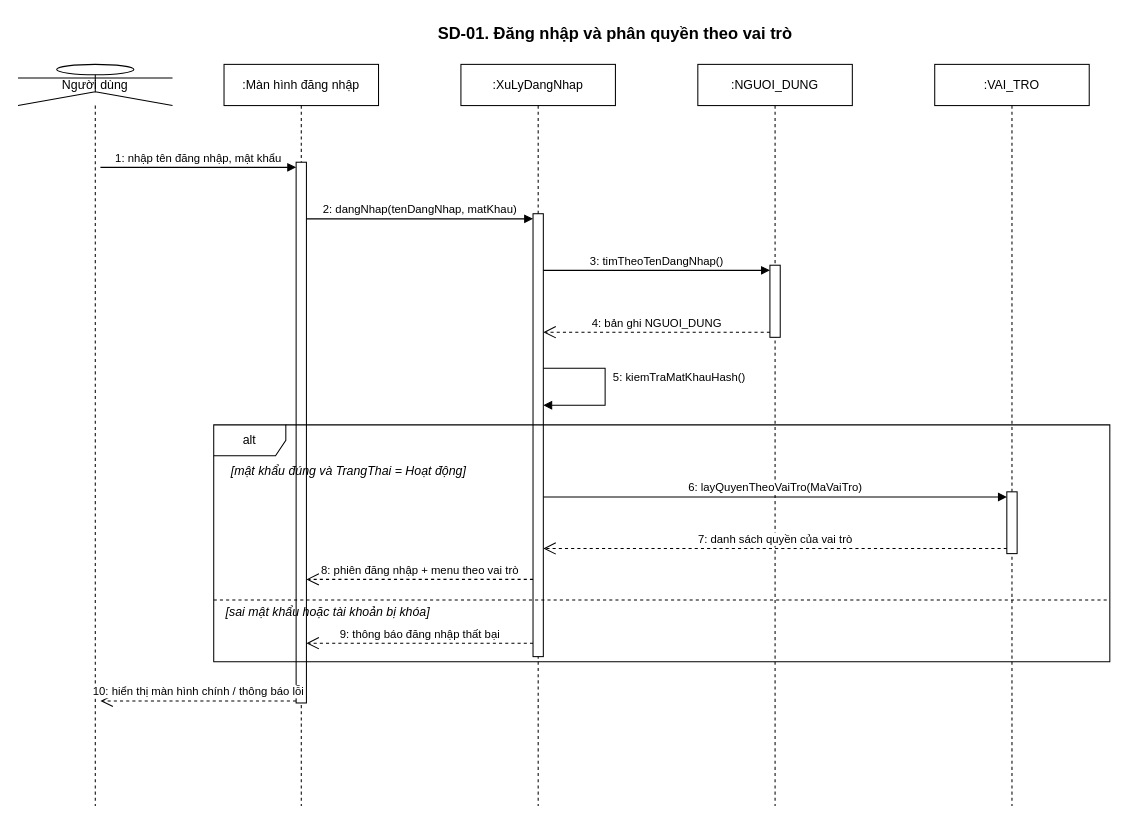
nminhzzz/restaurant-management-ai keeps this draw.io diagram as page "SD-01. Đăng nhập và phân quyền" (1 of 6) of docs/SequenceDiagram_HeThongQuanLyNhaHang.drawio. Above is the earlier version. Source tidied: cells renumbered, new cells numbered last; positions are measured from the earlier drawing's top-left corner, leaving out a move shared by most shapes. Both pictures are drawn from the tidied source at 103%, with x=0, y=0 at pixel (18, 18).
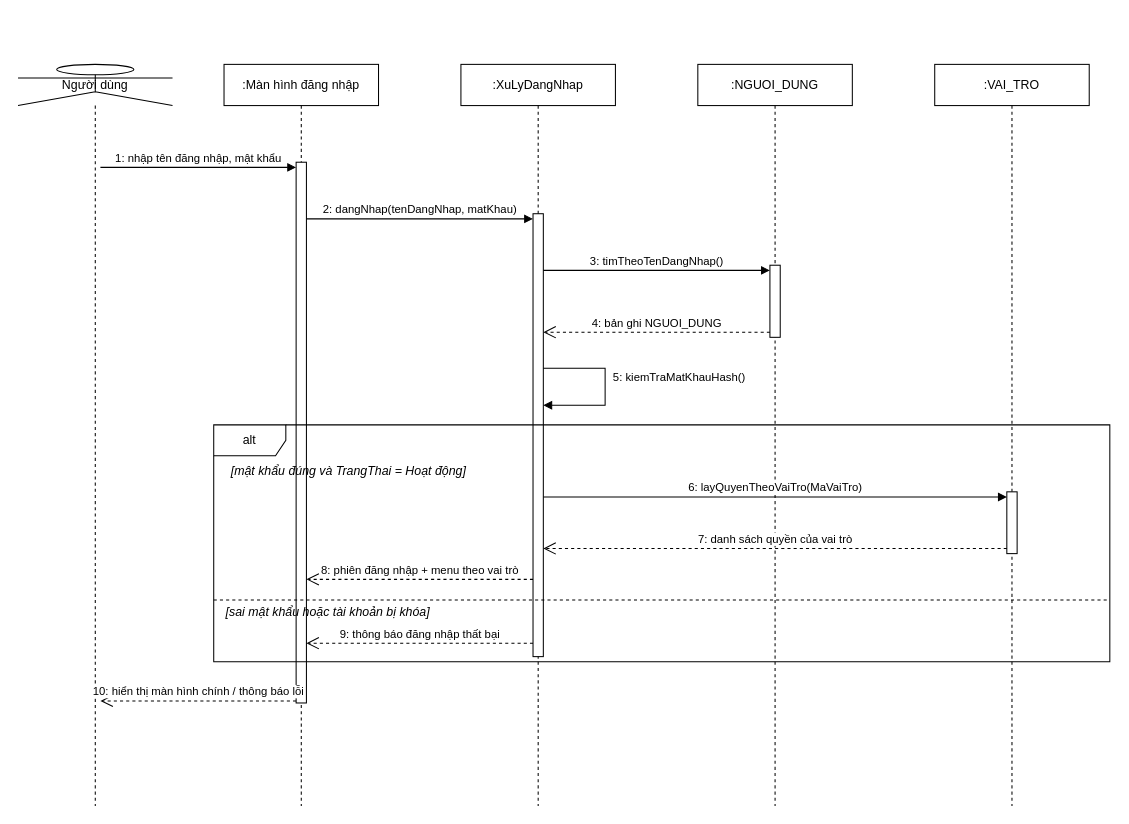
The same page after the edit.

Diff of the diagram source:
```diff
@@
-    <mxCell id="2" value="&lt;b&gt;&lt;font style=&quot;font-size: 16px;&quot;&gt;SD-01. Đăng nhập và phân quyền theo vai trò&lt;/font&gt;&lt;/b&gt;" style="text;html=1;align=center;verticalAlign=middle;whiteSpace=wrap;rounded=0;" parent="1" vertex="1">
-      <mxGeometry x="300" width="560" height="30" as="geometry" />
-    </mxCell>
```
